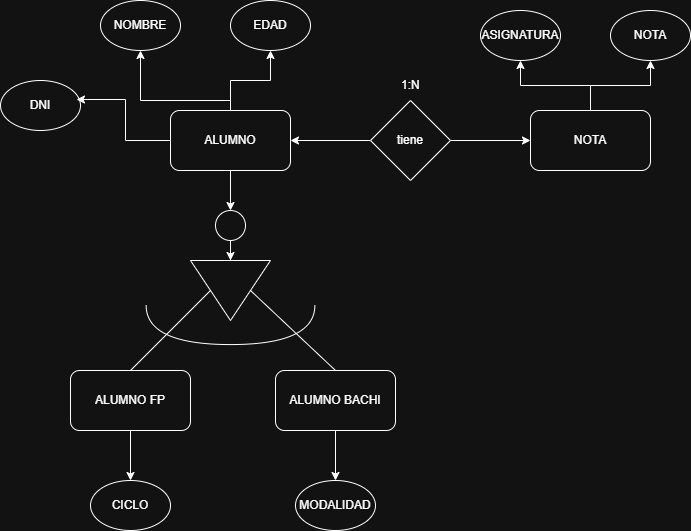
The draw.io diagram database/diagrama.drawio.png in Motama14/proyecto_gestion_alumnos, before a commit. Source tidied: cells renumbered, new cells last; positions are measured from the earlier drawing's top-left corner, leaving out a move shared by most shapes.
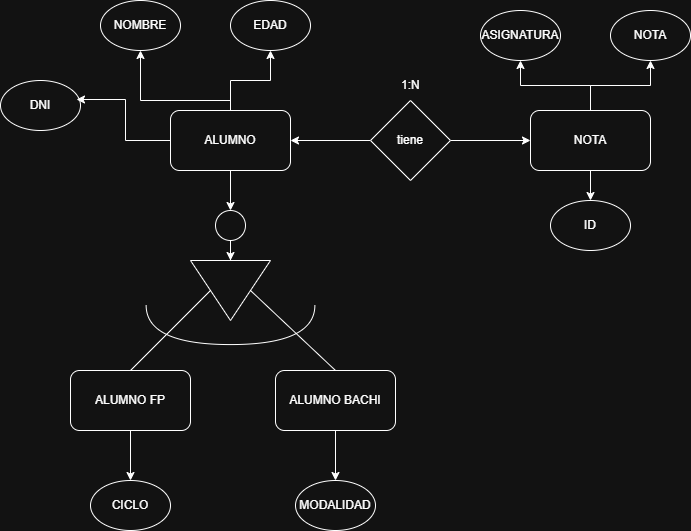
Later version of the same file.

Change to the diagram source:
```diff
@@ -46,6 +46,9 @@
     <mxCell id="14" style="edgeStyle=orthogonalEdgeStyle;rounded=0;jettySize=auto;html=1;entryX=0.5;entryY=1;entryDx=0;entryDy=0;" parent="1" edge="1" source="15" target="18">
       <mxGeometry relative="1" as="geometry" />
     </mxCell>
+    <mxCell id="31" style="edgeStyle=orthogonalEdgeStyle;rounded=0;jettySize=auto;html=1;entryX=0.5;entryY=0;entryDx=0;entryDy=0;" parent="1" edge="1" source="15" target="32">
+      <mxGeometry relative="1" as="geometry" />
+    </mxCell>
     <mxCell id="15" value="NOTA" style="rounded=1;whiteSpace=wrap;html=1;" parent="1" vertex="1">
       <mxGeometry x="530" y="110" width="120" height="60" as="geometry" />
     </mxCell>
@@ -94,5 +97,8 @@
     <mxCell id="30" value="CICLO" style="ellipse;whiteSpace=wrap;html=1;" parent="1" vertex="1">
       <mxGeometry x="90" y="480" width="80" height="50" as="geometry" />
     </mxCell>
+    <mxCell id="32" value="ID" style="ellipse;whiteSpace=wrap;html=1;" parent="1" vertex="1">
+      <mxGeometry x="550" y="200" width="80" height="50" as="geometry" />
+    </mxCell>
   </root>
 </mxGraphModel>
```
